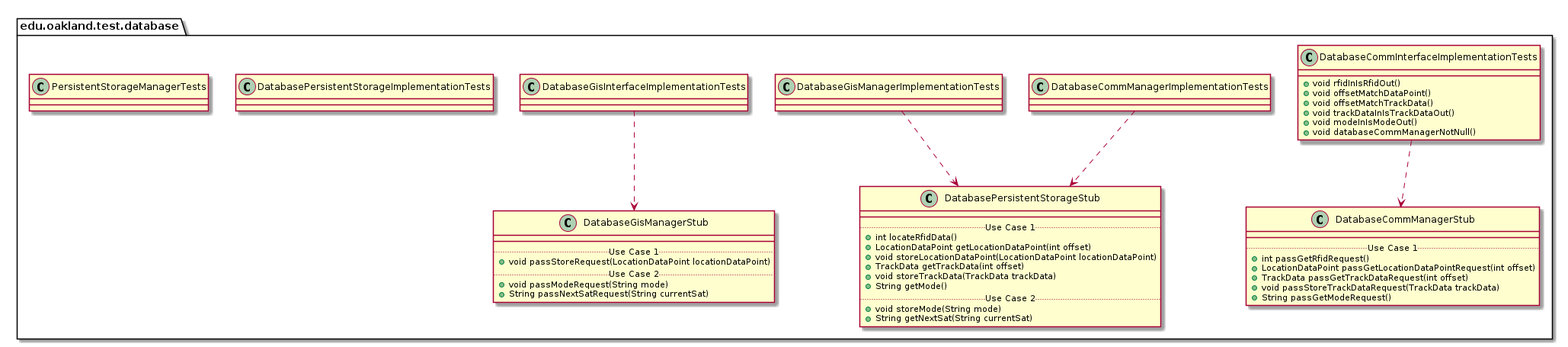
This is docs/uml-class-diagrams/database/test/DatabaseTestPackage_InternalDependencies.png from elilley15/csi-3370-software-project, a PlantUML export, as it was before one commit.
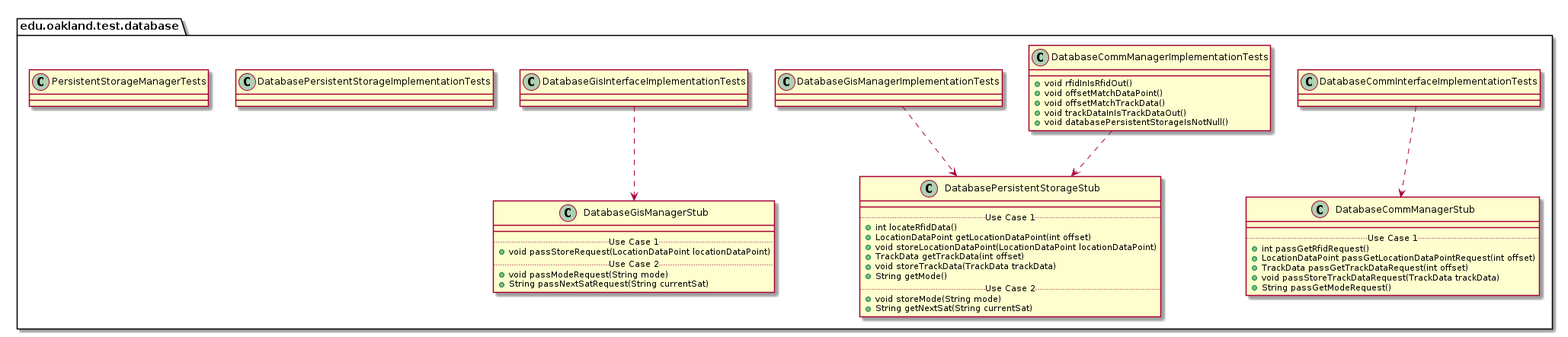
The same diagram one commit later.

Diff of the diagram source:
```diff
@@ -7,12 +7,7 @@
 
 package edu.oakland.test.database {
     class DatabaseCommInterfaceImplementationTests {
-        + void rfidInIsRfidOut()
-        + void offsetMatchDataPoint()
-        + void offsetMatchTrackData()
-        + void trackDataInIsTrackDataOut()
-        + void modeInIsModeOut()
-        + void databaseCommManagerNotNull()
+
     }
 }
 
@@ -34,7 +29,11 @@
 
 package edu.oakland.test.database {
     class DatabaseCommManagerImplementationTests {
-
+        + void rfidInIsRfidOut()
+        + void offsetMatchDataPoint()
+        + void offsetMatchTrackData()
+        + void trackDataInIsTrackDataOut()
+        + void databasePersistentStorageIsNotNull()
     }
 }
 
```
